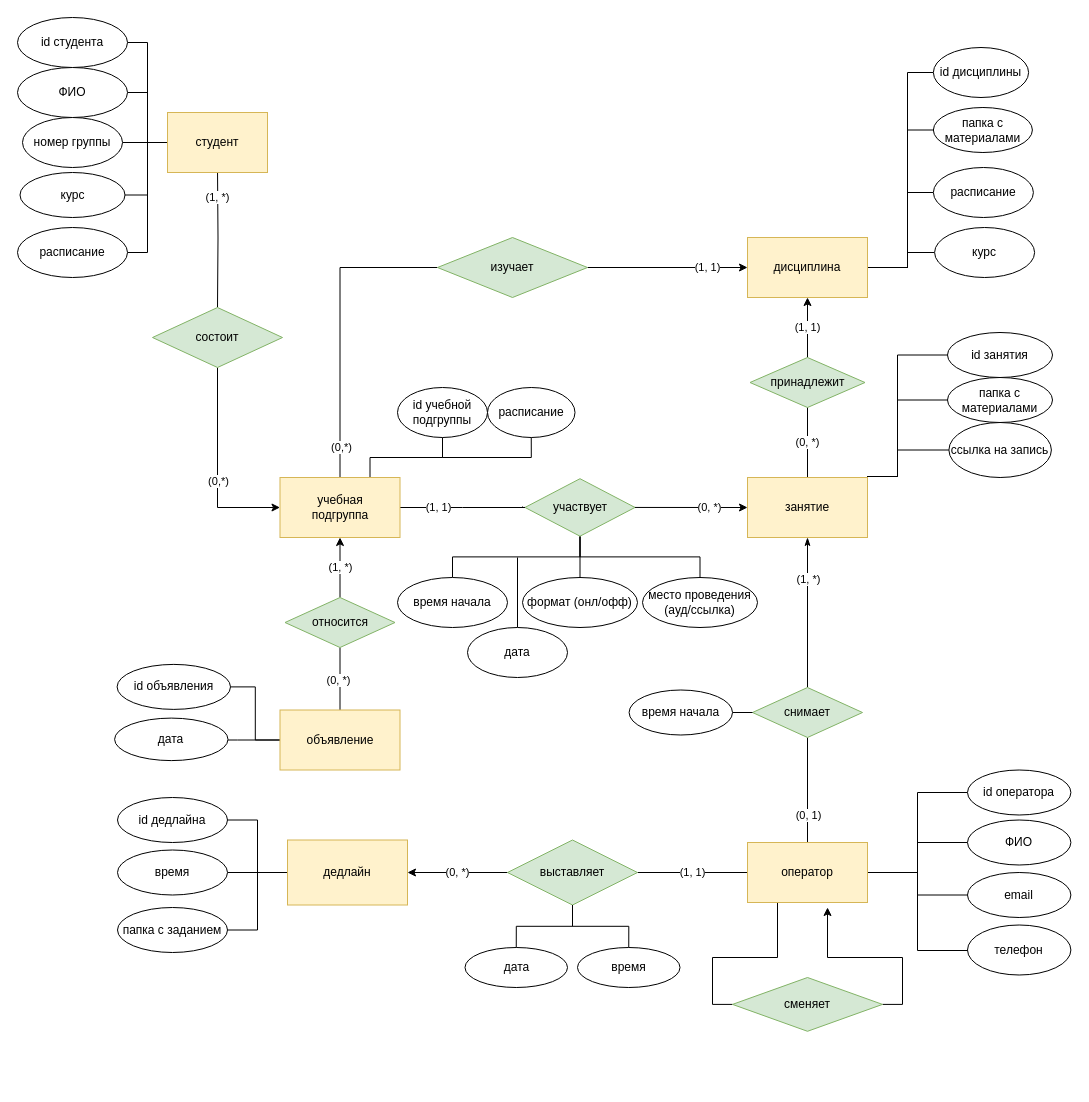
Earlier version of the draw.io diagram Untitled Diagram.drawio (goozlike/LectorPlus-database). Source tidied: cells renumbered, new cells numbered last; positions are measured from the earlier drawing's top-left corner, leaving out a move shared by most shapes. Both pictures are drawn from the tidied source at 100%, with x=0, y=0 at pixel (17, 17).
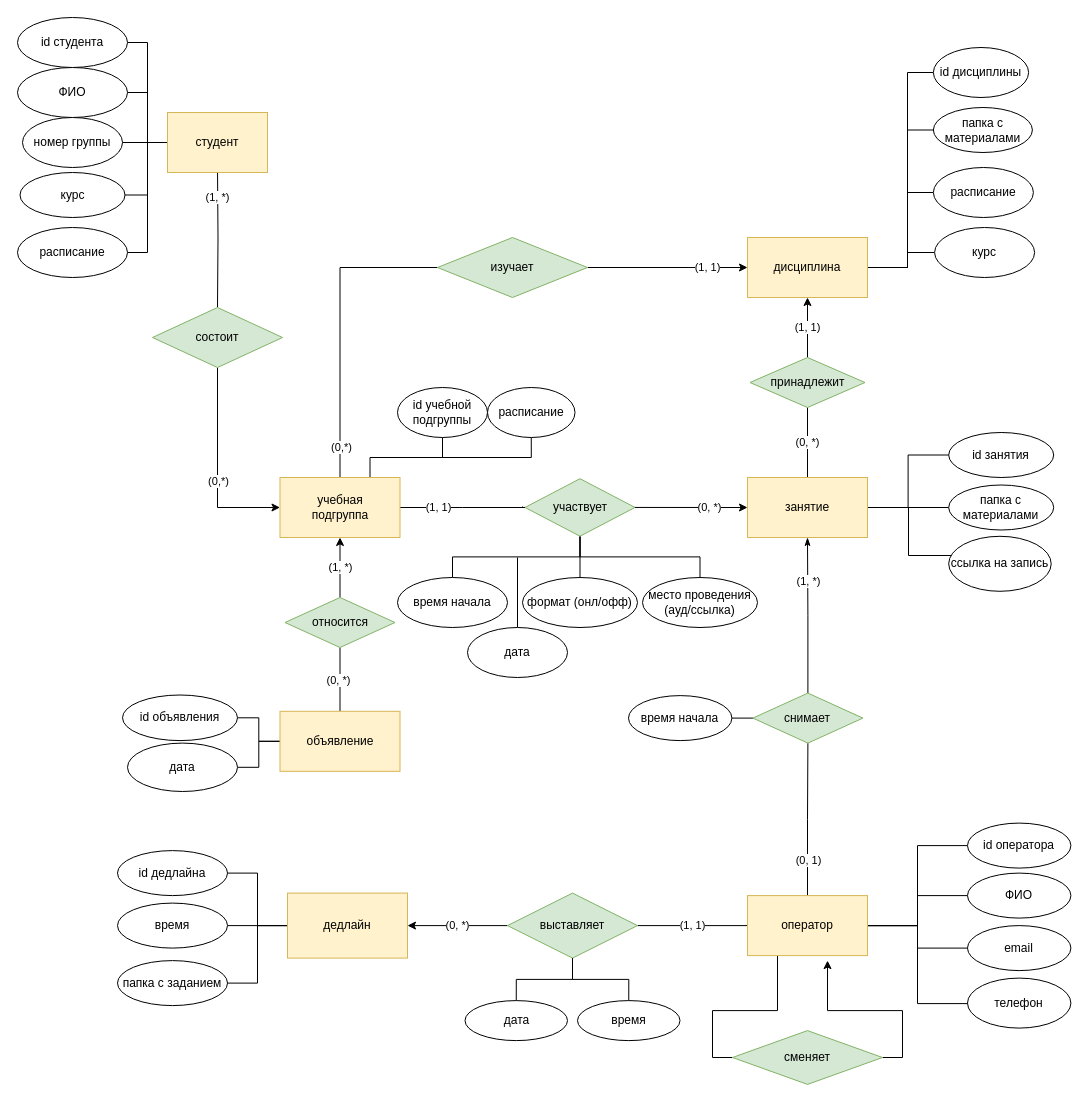
The same diagram, later.

Unchanged cells that the change refers to:
```xml
<mxCell id="20" value="занятие" style="rounded=0;whiteSpace=wrap;html=1;fillColor=#fff2cc;strokeColor=#d6b656;" parent="1" vertex="1">
  <mxGeometry x="730" y="460" width="120" height="60" as="geometry" />
</mxCell>
```

Diff of the diagram source:
```diff
@@
+    <mxCell id="18" style="edgeStyle=orthogonalEdgeStyle;rounded=0;jettySize=auto;html=1;exitX=1;exitY=0.5;exitDx=0;exitDy=0;startArrow=none;startFill=0;endArrow=none;endFill=0;" parent="1" edge="1" source="20" target="28">
+      <mxGeometry relative="1" as="geometry">
+        <Array as="points">
+          <mxPoint x="891" y="490" />
+          <mxPoint x="891" y="538" />
+        </Array>
+      </mxGeometry>
+    </mxCell>
-    <mxCell id="17" style="edgeStyle=orthogonalEdgeStyle;rounded=0;jettySize=auto;html=1;exitX=1;exitY=0;exitDx=0;exitDy=0;entryX=0;entryY=0.5;entryDx=0;entryDy=0;startArrow=none;startFill=0;endArrow=none;endFill=0;" parent="1" edge="1" source="20" target="29">
-      <mxGeometry relative="1" as="geometry">
-        <Array as="points">
-          <mxPoint x="880" y="459" />
-          <mxPoint x="880" y="383" />
-        </Array>
-      </mxGeometry>
+    <mxCell id="17" style="edgeStyle=orthogonalEdgeStyle;rounded=0;jettySize=auto;html=1;exitX=1;exitY=0.5;exitDx=0;exitDy=0;entryX=0;entryY=0.5;entryDx=0;entryDy=0;startArrow=none;startFill=0;endArrow=none;endFill=0;" parent="1" edge="1" source="20" target="29">
+      <mxGeometry relative="1" as="geometry" />
     </mxCell>
-    <mxCell id="18" style="edgeStyle=orthogonalEdgeStyle;rounded=0;jettySize=auto;html=1;exitX=1;exitY=0;exitDx=0;exitDy=0;entryX=0;entryY=0.5;entryDx=0;entryDy=0;startArrow=none;startFill=0;endArrow=none;endFill=0;" parent="1" edge="1" source="20" target="28">
-      <mxGeometry relative="1" as="geometry">
-        <Array as="points">
-          <mxPoint x="880" y="459" />
-          <mxPoint x="880" y="433" />
-        </Array>
-      </mxGeometry>
-    </mxCell>
-    <mxCell id="19" style="edgeStyle=orthogonalEdgeStyle;rounded=0;jettySize=auto;html=1;exitX=1;exitY=0;exitDx=0;exitDy=0;entryX=0;entryY=0.5;entryDx=0;entryDy=0;startArrow=none;startFill=0;endArrow=none;endFill=0;" parent="1" edge="1" source="20" target="93">
-      <mxGeometry relative="1" as="geometry">
-        <Array as="points">
-          <mxPoint x="880" y="459" />
-          <mxPoint x="880" y="338" />
-        </Array>
-      </mxGeometry>
+    <mxCell id="19" style="edgeStyle=orthogonalEdgeStyle;rounded=0;jettySize=auto;html=1;exitX=1;exitY=0.5;exitDx=0;exitDy=0;startArrow=none;startFill=0;endArrow=none;endFill=0;" parent="1" edge="1" source="20" target="93">
+      <mxGeometry relative="1" as="geometry" />
     </mxCell>
@@
     <mxCell id="28" value="ссылка на запись" style="ellipse;whiteSpace=wrap;html=1;" parent="1" vertex="1">
-      <mxGeometry x="931.4" y="405" width="102.5" height="55" as="geometry" />
+      <mxGeometry x="931.2" y="518.8" width="102.5" height="55" as="geometry" />
     </mxCell>
     <mxCell id="29" value="папка с материалами" style="ellipse;whiteSpace=wrap;html=1;" parent="1" vertex="1">
-      <mxGeometry x="930" y="360" width="105" height="45" as="geometry" />
+      <mxGeometry x="931.2" y="467.5" width="105" height="45" as="geometry" />
     </mxCell>
@@
     <mxCell id="56" style="edgeStyle=orthogonalEdgeStyle;rounded=0;jettySize=auto;html=1;exitX=1;exitY=0.5;exitDx=0;exitDy=0;endArrow=none;endFill=0;" parent="1" edge="1" source="60" target="83">
       <mxGeometry relative="1" as="geometry">
         <Array as="points">
-          <mxPoint x="900" y="855" />
-          <mxPoint x="900" y="933" />
+          <mxPoint x="900" y="908.1" />
+          <mxPoint x="900" y="986.1" />
         </Array>
       </mxGeometry>
     </mxCell>
     <mxCell id="57" style="edgeStyle=orthogonalEdgeStyle;rounded=0;jettySize=auto;html=1;exitX=0.25;exitY=1;exitDx=0;exitDy=0;entryX=0;entryY=0.5;entryDx=0;entryDy=0;endArrow=none;endFill=0;" parent="1" edge="1" source="60" target="80">
       <mxGeometry relative="1" as="geometry">
         <Array as="points">
-          <mxPoint x="760" y="940" />
-          <mxPoint x="695" y="940" />
-          <mxPoint x="695" y="987" />
+          <mxPoint x="760" y="993.1" />
+          <mxPoint x="695" y="993.1" />
+          <mxPoint x="695" y="1040.1" />
         </Array>
       </mxGeometry>
     </mxCell>
@@
     <mxCell id="60" value="оператор" style="rounded=0;whiteSpace=wrap;html=1;fillColor=#fff2cc;strokeColor=#d6b656;" parent="1" vertex="1">
-      <mxGeometry x="730" y="825" width="120" height="60" as="geometry" />
+      <mxGeometry x="730" y="878.1" width="120" height="60" as="geometry" />
     </mxCell>
@@
     <mxCell id="63" value="снимает" style="rhombus;whiteSpace=wrap;html=1;fillColor=#d5e8d4;strokeColor=#82b366;" parent="1" vertex="1">
-      <mxGeometry x="735" y="670" width="110" height="50" as="geometry" />
+      <mxGeometry x="735.4" y="675.6" width="110" height="50" as="geometry" />
     </mxCell>
     <mxCell id="64" value="ФИО" style="ellipse;whiteSpace=wrap;html=1;" parent="1" vertex="1">
-      <mxGeometry x="950" y="802.5" width="103.4" height="45" as="geometry" />
+      <mxGeometry x="950" y="855.6" width="103.4" height="45" as="geometry" />
     </mxCell>
@@
     <mxCell id="68" value="дедлайн" style="rounded=0;whiteSpace=wrap;html=1;fillColor=#fff2cc;strokeColor=#d6b656;" parent="1" vertex="1">
-      <mxGeometry x="270" y="822.5" width="120" height="65" as="geometry" />
+      <mxGeometry x="270" y="875.6" width="120" height="65" as="geometry" />
     </mxCell>
     <mxCell id="69" value="время" style="ellipse;whiteSpace=wrap;html=1;" parent="1" vertex="1">
-      <mxGeometry x="100" y="832.5" width="110" height="45" as="geometry" />
+      <mxGeometry x="100" y="885.6" width="110" height="45" as="geometry" />
     </mxCell>
@@
     <mxCell id="72" value="выставляет" style="rhombus;whiteSpace=wrap;html=1;fillColor=#d5e8d4;strokeColor=#82b366;" parent="1" vertex="1">
-      <mxGeometry x="490" y="822.5" width="130" height="65" as="geometry" />
+      <mxGeometry x="490" y="875.6" width="130" height="65" as="geometry" />
     </mxCell>
@@
+    <mxCell id="76" style="edgeStyle=orthogonalEdgeStyle;rounded=0;jettySize=auto;html=1;exitX=0;exitY=0.5;exitDx=0;exitDy=0;entryX=1;entryY=0.5;entryDx=0;entryDy=0;startArrow=none;startFill=0;endArrow=none;endFill=0;" parent="1" edge="1" source="77" target="88">
+      <mxGeometry relative="1" as="geometry" />
+    </mxCell>
-    <mxCell id="75" style="edgeStyle=orthogonalEdgeStyle;rounded=0;jettySize=auto;html=1;exitX=0;exitY=0.5;exitDx=0;exitDy=0;entryX=1;entryY=0.5;entryDx=0;entryDy=0;startArrow=none;startFill=0;endArrow=none;endFill=0;" parent="1" edge="1" source="77" target="91">
+    <mxCell id="75" style="edgeStyle=orthogonalEdgeStyle;rounded=0;jettySize=auto;html=1;exitX=0;exitY=0.5;exitDx=0;exitDy=0;startArrow=none;startFill=0;endArrow=none;endFill=0;" parent="1" edge="1" source="77" target="91">
       <mxGeometry relative="1" as="geometry" />
     </mxCell>
-    <mxCell id="76" style="edgeStyle=orthogonalEdgeStyle;rounded=0;jettySize=auto;html=1;exitX=0;exitY=0.5;exitDx=0;exitDy=0;startArrow=none;startFill=0;endArrow=none;endFill=0;" parent="1" edge="1" source="77" target="88">
-      <mxGeometry relative="1" as="geometry">
-        <Array as="points">
-          <mxPoint x="220" y="722" />
-          <mxPoint x="220" y="722" />
-        </Array>
-      </mxGeometry>
-    </mxCell>
     <mxCell id="77" value="&lt;div&gt;объявление&lt;/div&gt;" style="rounded=0;whiteSpace=wrap;html=1;fillColor=#fff2cc;strokeColor=#d6b656;" parent="1" vertex="1">
-      <mxGeometry x="262.5" y="692.5" width="120" height="60" as="geometry" />
+      <mxGeometry x="262.5" y="693.8" width="120" height="60" as="geometry" />
     </mxCell>
@@
     <mxCell id="79" style="edgeStyle=orthogonalEdgeStyle;rounded=0;jettySize=auto;html=1;exitX=1;exitY=0.5;exitDx=0;exitDy=0;entryX=0.667;entryY=1.083;entryDx=0;entryDy=0;entryPerimeter=0;endArrow=classic;endFill=1;" parent="1" edge="1" source="80" target="60">
       <mxGeometry relative="1" as="geometry">
         <Array as="points">
-          <mxPoint x="885" y="987" />
-          <mxPoint x="885" y="940" />
-          <mxPoint x="810" y="940" />
+          <mxPoint x="885" y="1040.1" />
+          <mxPoint x="885" y="993.1" />
+          <mxPoint x="810" y="993.1" />
         </Array>
       </mxGeometry>
     </mxCell>
     <mxCell id="80" value="сменяет" style="rhombus;whiteSpace=wrap;html=1;fillColor=#d5e8d4;strokeColor=#82b366;" parent="1" vertex="1">
-      <mxGeometry x="715" y="960" width="150" height="53.8" as="geometry" />
+      <mxGeometry x="715" y="1013.1" width="150" height="53.8" as="geometry" />
     </mxCell>
@@
     <mxCell id="83" value="&lt;div&gt;телефон&lt;/div&gt;" style="ellipse;whiteSpace=wrap;html=1;" parent="1" vertex="1">
-      <mxGeometry x="950" y="907.5" width="103.4" height="50" as="geometry" />
+      <mxGeometry x="950" y="960.6" width="103.4" height="50" as="geometry" />
     </mxCell>
@@
     <mxCell id="87" value="папка с заданием" style="ellipse;whiteSpace=wrap;html=1;" parent="1" vertex="1">
-      <mxGeometry x="100" y="890" width="110" height="45" as="geometry" />
+      <mxGeometry x="100" y="943.1" width="110" height="45" as="geometry" />
     </mxCell>
     <mxCell id="88" value="дата" style="ellipse;whiteSpace=wrap;html=1;" parent="1" vertex="1">
-      <mxGeometry x="97.1" y="700.6" width="113.4" height="42.5" as="geometry" />
+      <mxGeometry x="110" y="725.6" width="110" height="48.4" as="geometry" />
     </mxCell>
@@
     <mxCell id="91" value="id объявления" style="ellipse;whiteSpace=wrap;html=1;" parent="1" vertex="1">
-      <mxGeometry x="99.6" y="646.9" width="113.4" height="45" as="geometry" />
+      <mxGeometry x="105" y="677.5" width="115" height="45.6" as="geometry" />
     </mxCell>
@@
     <mxCell id="93" value="id занятия" style="ellipse;whiteSpace=wrap;html=1;" parent="1" vertex="1">
-      <mxGeometry x="930" y="315" width="105" height="45" as="geometry" />
+      <mxGeometry x="931.2" y="415" width="105" height="45" as="geometry" />
     </mxCell>
     <mxCell id="94" value="email" style="ellipse;whiteSpace=wrap;html=1;" parent="1" vertex="1">
-      <mxGeometry x="950" y="855" width="103.4" height="45" as="geometry" />
+      <mxGeometry x="950" y="908.1" width="103.4" height="45" as="geometry" />
     </mxCell>
@@
     <mxCell id="96" value="время начала" style="ellipse;whiteSpace=wrap;html=1;" parent="1" vertex="1">
-      <mxGeometry x="611.6" y="672.5" width="103.4" height="45" as="geometry" />
+      <mxGeometry x="611" y="678.1" width="103.4" height="45" as="geometry" />
     </mxCell>
@@
     <mxCell id="99" value="id оператора" style="ellipse;whiteSpace=wrap;html=1;" parent="1" vertex="1">
-      <mxGeometry x="950" y="752.5" width="103.4" height="45" as="geometry" />
+      <mxGeometry x="950" y="805.6" width="103.4" height="45" as="geometry" />
     </mxCell>
     <mxCell id="100" value="id дедлайна" style="ellipse;whiteSpace=wrap;html=1;" parent="1" vertex="1">
-      <mxGeometry x="100" y="780" width="110" height="45" as="geometry" />
+      <mxGeometry x="100" y="833.1" width="110" height="45" as="geometry" />
     </mxCell>
@@
     <mxCell id="102" value="дата" style="ellipse;whiteSpace=wrap;html=1;" parent="1" vertex="1">
-      <mxGeometry x="447.5" y="930" width="102.5" height="40" as="geometry" />
+      <mxGeometry x="447.5" y="983.1" width="102.5" height="40" as="geometry" />
     </mxCell>
     <mxCell id="103" value="время" style="ellipse;whiteSpace=wrap;html=1;" parent="1" vertex="1">
-      <mxGeometry x="560" y="930" width="102.5" height="40" as="geometry" />
+      <mxGeometry x="560" y="983.1" width="102.5" height="40" as="geometry" />
     </mxCell>
```
